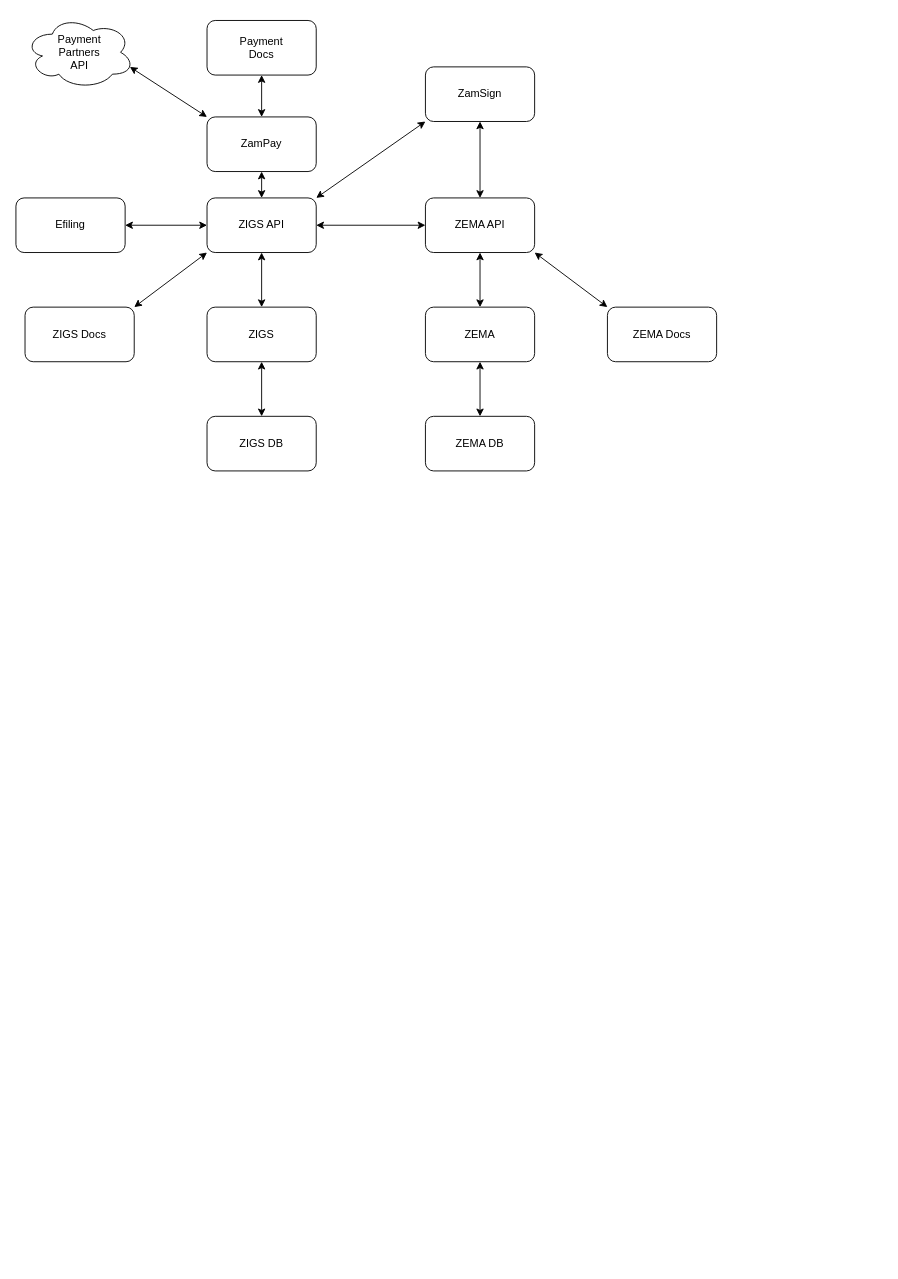
Before: межсервисноевзаимодействие.drawio in Paremir/Asp.Net-2, a draw.io diagram. Source tidied: cells renumbered, new cells numbered last; positions are measured from the earlier drawing's top-left corner, leaving out a move shared by most shapes. Both pictures are drawn from the tidied source at 91%, with x=0, y=0 at pixel (15, 15).
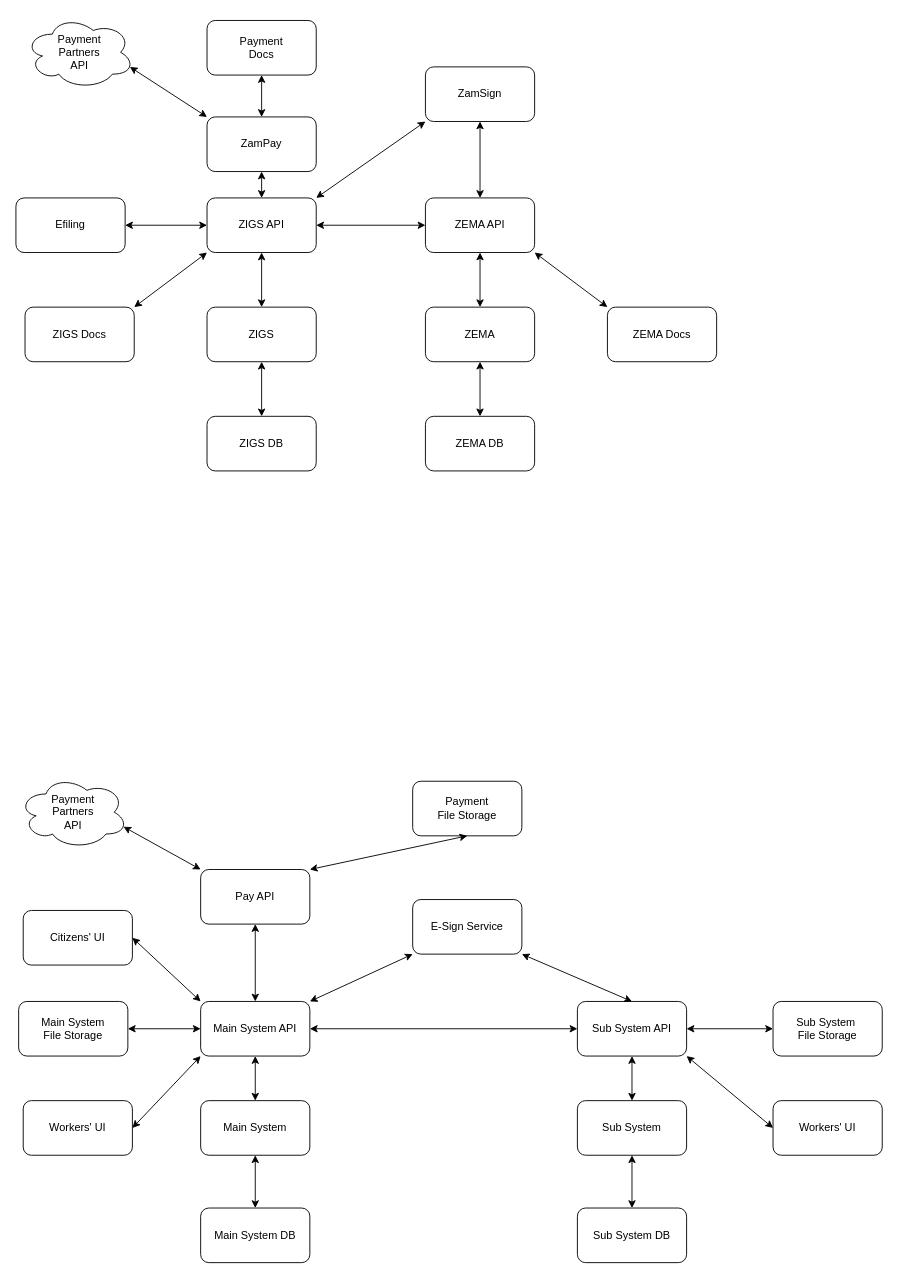
The same diagram, later.

The edit, as a diff of the source:
```diff
@@
+    <mxCell id="28" value="Citizens' UI" style="rounded=1;whiteSpace=wrap;html=1;" parent="1" vertex="1">
+      <mxGeometry x="8" y="983" width="120" height="60" as="geometry" />
+    </mxCell>
+    <mxCell id="29" value="Main System API" style="rounded=1;whiteSpace=wrap;html=1;" parent="1" vertex="1">
+      <mxGeometry x="203" y="1083" width="120" height="60" as="geometry" />
+    </mxCell>
+    <mxCell id="30" value="Main System" style="rounded=1;whiteSpace=wrap;html=1;" parent="1" vertex="1">
+      <mxGeometry x="203" y="1192" width="120" height="60" as="geometry" />
+    </mxCell>
+    <mxCell id="31" value="Pay API" style="rounded=1;whiteSpace=wrap;html=1;" parent="1" vertex="1">
+      <mxGeometry x="203" y="938" width="120" height="60" as="geometry" />
+    </mxCell>
+    <mxCell id="32" value="Payment&lt;br&gt;Partners &lt;br&gt;API" style="ellipse;shape=cloud;whiteSpace=wrap;html=1;" parent="1" vertex="1">
+      <mxGeometry x="3" y="835" width="120" height="80" as="geometry" />
+    </mxCell>
+    <mxCell id="33" value="Payment&lt;br&gt;File Storage" style="rounded=1;whiteSpace=wrap;html=1;" parent="1" vertex="1">
+      <mxGeometry x="436" y="841" width="120" height="60" as="geometry" />
+    </mxCell>
+    <mxCell id="34" value="Main System DB" style="rounded=1;whiteSpace=wrap;html=1;" parent="1" vertex="1">
+      <mxGeometry x="203" y="1310" width="120" height="60" as="geometry" />
+    </mxCell>
+    <mxCell id="35" value="Main System&lt;br&gt;File Storage" style="rounded=1;whiteSpace=wrap;html=1;" parent="1" vertex="1">
+      <mxGeometry x="3" y="1083" width="120" height="60" as="geometry" />
+    </mxCell>
+    <mxCell id="36" value="Sub System API" style="rounded=1;whiteSpace=wrap;html=1;" parent="1" vertex="1">
+      <mxGeometry x="617" y="1083" width="120" height="60" as="geometry" />
+    </mxCell>
+    <mxCell id="37" value="Sub System" style="rounded=1;whiteSpace=wrap;html=1;" parent="1" vertex="1">
+      <mxGeometry x="617" y="1192" width="120" height="60" as="geometry" />
+    </mxCell>
+    <mxCell id="38" value="Sub System&amp;nbsp;&lt;br&gt;File Storage" style="rounded=1;whiteSpace=wrap;html=1;" parent="1" vertex="1">
+      <mxGeometry x="832" y="1083" width="120" height="60" as="geometry" />
+    </mxCell>
+    <mxCell id="39" value="Sub System&amp;nbsp;DB" style="rounded=1;whiteSpace=wrap;html=1;" parent="1" vertex="1">
+      <mxGeometry x="617" y="1310" width="120" height="60" as="geometry" />
+    </mxCell>
+    <mxCell id="40" style="endArrow=classic;startArrow=classic;html=1;rounded=0;entryX=1;entryY=0.5;entryDx=0;entryDy=0;exitX=0;exitY=0;exitDx=0;exitDy=0;" parent="1" edge="1" source="29" target="28">
+      <mxGeometry relative="1" as="geometry" />
+    </mxCell>
+    <mxCell id="41" style="endArrow=classic;startArrow=classic;html=1;rounded=0;entryX=0.5;entryY=1;entryDx=0;entryDy=0;exitX=0.5;exitY=0;exitDx=0;exitDy=0;" parent="1" edge="1" source="30" target="29">
+      <mxGeometry relative="1" as="geometry" />
+    </mxCell>
+    <mxCell id="42" style="endArrow=classic;startArrow=classic;html=1;rounded=0;entryX=0.5;entryY=1;entryDx=0;entryDy=0;exitX=0.5;exitY=0;exitDx=0;exitDy=0;" parent="1" edge="1" source="34" target="30">
+      <mxGeometry relative="1" as="geometry" />
+    </mxCell>
+    <mxCell id="43" style="endArrow=classic;startArrow=classic;html=1;rounded=0;entryX=0;entryY=0.5;entryDx=0;entryDy=0;exitX=1;exitY=0.5;exitDx=0;exitDy=0;" parent="1" edge="1" source="35" target="29">
+      <mxGeometry relative="1" as="geometry" />
+    </mxCell>
+    <mxCell id="44" style="endArrow=classic;startArrow=classic;html=1;rounded=0;entryX=0.5;entryY=1;entryDx=0;entryDy=0;exitX=1;exitY=0;exitDx=0;exitDy=0;" parent="1" edge="1" source="31" target="33">
+      <mxGeometry relative="1" as="geometry" />
+    </mxCell>
+    <mxCell id="45" style="endArrow=classic;startArrow=classic;html=1;rounded=0;entryX=0.96;entryY=0.7;entryDx=0;entryDy=0;entryPerimeter=0;exitX=0;exitY=0;exitDx=0;exitDy=0;" parent="1" edge="1" source="31" target="32">
+      <mxGeometry relative="1" as="geometry" />
+    </mxCell>
+    <mxCell id="46" style="endArrow=classic;startArrow=classic;html=1;rounded=0;entryX=0.5;entryY=1;entryDx=0;entryDy=0;exitX=0.5;exitY=0;exitDx=0;exitDy=0;" parent="1" edge="1" source="29" target="31">
+      <mxGeometry relative="1" as="geometry" />
+    </mxCell>
+    <mxCell id="47" style="endArrow=classic;startArrow=classic;html=1;rounded=0;entryX=0;entryY=0.5;entryDx=0;entryDy=0;exitX=1;exitY=0.5;exitDx=0;exitDy=0;" parent="1" edge="1" source="29" target="36">
+      <mxGeometry relative="1" as="geometry" />
+    </mxCell>
+    <mxCell id="48" style="endArrow=classic;startArrow=classic;html=1;rounded=0;entryX=0.5;entryY=1;entryDx=0;entryDy=0;exitX=0.5;exitY=0;exitDx=0;exitDy=0;" parent="1" edge="1" source="37" target="36">
+      <mxGeometry relative="1" as="geometry" />
+    </mxCell>
+    <mxCell id="49" style="endArrow=classic;startArrow=classic;html=1;rounded=0;entryX=0.5;entryY=1;entryDx=0;entryDy=0;exitX=0.5;exitY=0;exitDx=0;exitDy=0;" parent="1" edge="1" source="39" target="37">
+      <mxGeometry relative="1" as="geometry" />
+    </mxCell>
+    <mxCell id="50" style="endArrow=classic;startArrow=classic;html=1;rounded=0;entryX=0;entryY=0.5;entryDx=0;entryDy=0;exitX=1;exitY=0.5;exitDx=0;exitDy=0;" parent="1" edge="1" source="36" target="38">
+      <mxGeometry relative="1" as="geometry" />
+    </mxCell>
+    <mxCell id="51" value="E-Sign Service" style="rounded=1;whiteSpace=wrap;html=1;" parent="1" vertex="1">
+      <mxGeometry x="436" y="971" width="120" height="60" as="geometry" />
+    </mxCell>
+    <mxCell id="52" style="endArrow=classic;startArrow=classic;html=1;rounded=0;entryX=1;entryY=1;entryDx=0;entryDy=0;exitX=0.5;exitY=0;exitDx=0;exitDy=0;" parent="1" edge="1" source="36" target="51">
+      <mxGeometry relative="1" as="geometry" />
+    </mxCell>
+    <mxCell id="53" style="endArrow=classic;startArrow=classic;html=1;rounded=0;entryX=0;entryY=1;entryDx=0;entryDy=0;exitX=1;exitY=0;exitDx=0;exitDy=0;" parent="1" edge="1" source="29" target="51">
+      <mxGeometry relative="1" as="geometry" />
+    </mxCell>
+    <mxCell id="54" value="Workers' UI" style="rounded=1;whiteSpace=wrap;html=1;" parent="1" vertex="1">
+      <mxGeometry x="8" y="1192" width="120" height="60" as="geometry" />
+    </mxCell>
+    <mxCell id="55" style="endArrow=classic;startArrow=classic;html=1;rounded=0;entryX=1;entryY=0.5;entryDx=0;entryDy=0;exitX=0;exitY=1;exitDx=0;exitDy=0;" parent="1" edge="1" source="29" target="54">
+      <mxGeometry relative="1" as="geometry" />
+    </mxCell>
+    <mxCell id="56" value="Workers' UI" style="rounded=1;whiteSpace=wrap;html=1;" parent="1" vertex="1">
+      <mxGeometry x="832" y="1192" width="120" height="60" as="geometry" />
+    </mxCell>
+    <mxCell id="57" style="endArrow=classic;startArrow=classic;html=1;rounded=0;entryX=0;entryY=0.5;entryDx=0;entryDy=0;exitX=1;exitY=1;exitDx=0;exitDy=0;" parent="1" edge="1" source="36" target="56">
+      <mxGeometry relative="1" as="geometry" />
+    </mxCell>
```
